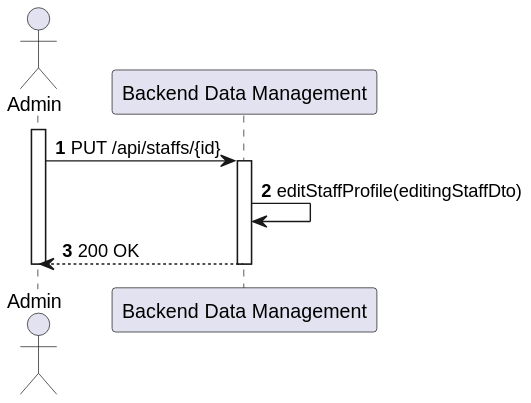
This is docs/sprint-a/us-5.1.13/views/level2/process-view.svg from 1220846/sem5pi-24-25-3ddg20, a PlantUML export, as it was before one commit.
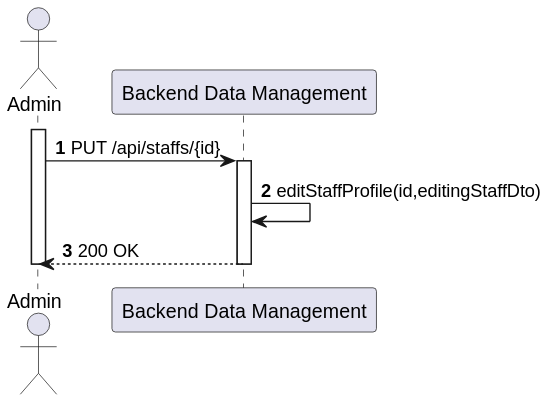
The same file after the commit.

Change to the diagram source:
```diff
@@ -7,7 +7,7 @@
 activate ADM
     ADM -> BDM : PUT /api/staffs/{id}
     activate BDM
-        BDM -> BDM : editStaffProfile(editingStaffDto)
+        BDM -> BDM : editStaffProfile(id,editingStaffDto)
         BDM --> ADM : 200 OK
     deactivate BDM
 deactivate ADM
```
